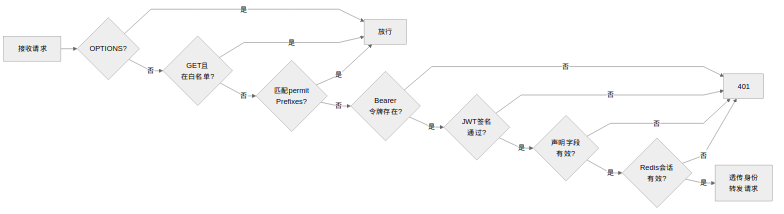
Wkjlovec/graduation_project_zhuang keeps this Mermaid diagram as docs/diagrams/fig4-7-gateway-filter-flow.png. Above is the earlier version. Its source is kept beside it as docs/diagrams/fig4-7-gateway-filter-flow.mmd.
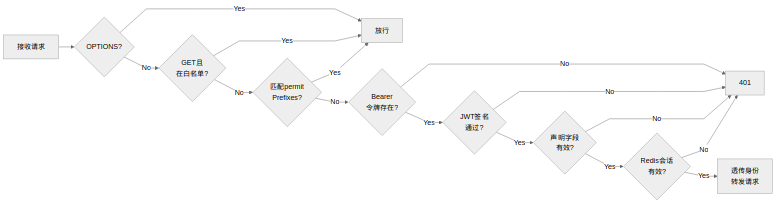
After the change.

What changed in the source:
```diff
@@ -1,17 +1,17 @@
 %%{init: {'theme': 'neutral', 'flowchart': {'curve': 'linear', 'rankSpacing': 35, 'nodeSpacing': 20}}}%%
 graph LR
     A["接收请求"] --> B{"OPTIONS?"}
-    B -->|是| C["放行"]
-    B -->|否| D{"GET且\n在白名单?"}
-    D -->|是| C
-    D -->|否| E{"匹配permit\nPrefixes?"}
-    E -->|是| C
-    E -->|否| F{"Bearer\n令牌存在?"}
-    F -->|否| G["401"]
-    F -->|是| H{"JWT签名\n通过?"}
-    H -->|否| G
-    H -->|是| I{"声明字段\n有效?"}
-    I -->|否| G
-    I -->|是| J{"Redis会话\n有效?"}
-    J -->|否| G
-    J -->|是| K["透传身份\n转发请求"]
+    B -->|Yes| C["放行"]
+    B -->|No| D{"GET且\n在白名单?"}
+    D -->|Yes| C
+    D -->|No| E{"匹配permit\nPrefixes?"}
+    E -->|Yes| C
+    E -->|No| F{"Bearer\n令牌存在?"}
+    F -->|No| G["401"]
+    F -->|Yes| H{"JWT签名\n通过?"}
+    H -->|No| G
+    H -->|Yes| I{"声明字段\n有效?"}
+    I -->|No| G
+    I -->|Yes| J{"Redis会话\n有效?"}
+    J -->|No| G
+    J -->|Yes| K["透传身份\n转发请求"]
```
